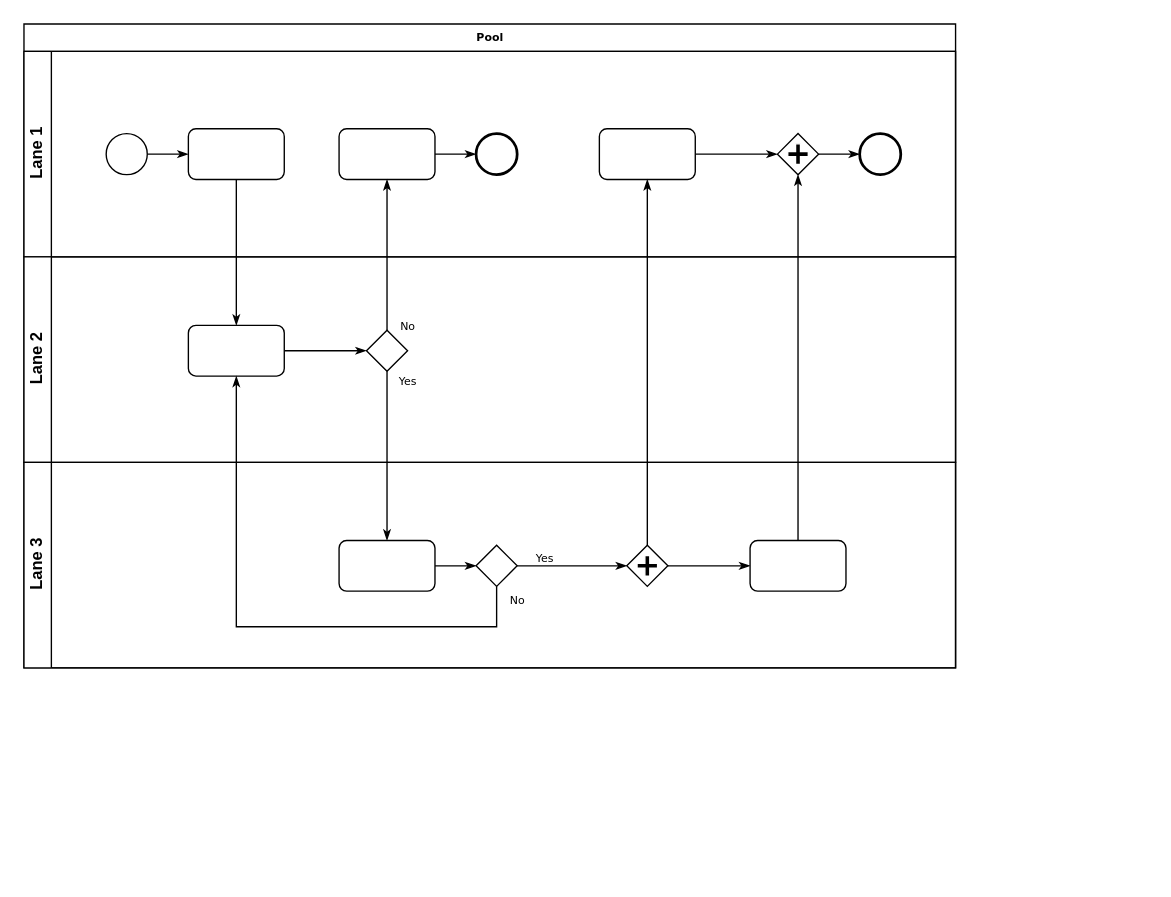
Before: diag_manager/Untitled Diagram.drawio in NOAA-GFDL/FMS, a draw.io diagram. Source tidied: cells renumbered, new cells numbered last; positions are measured from the earlier drawing's top-left corner, leaving out a move shared by most shapes. Both pictures are drawn from the tidied source at 137%, with x=0, y=0 at pixel (23, 23).
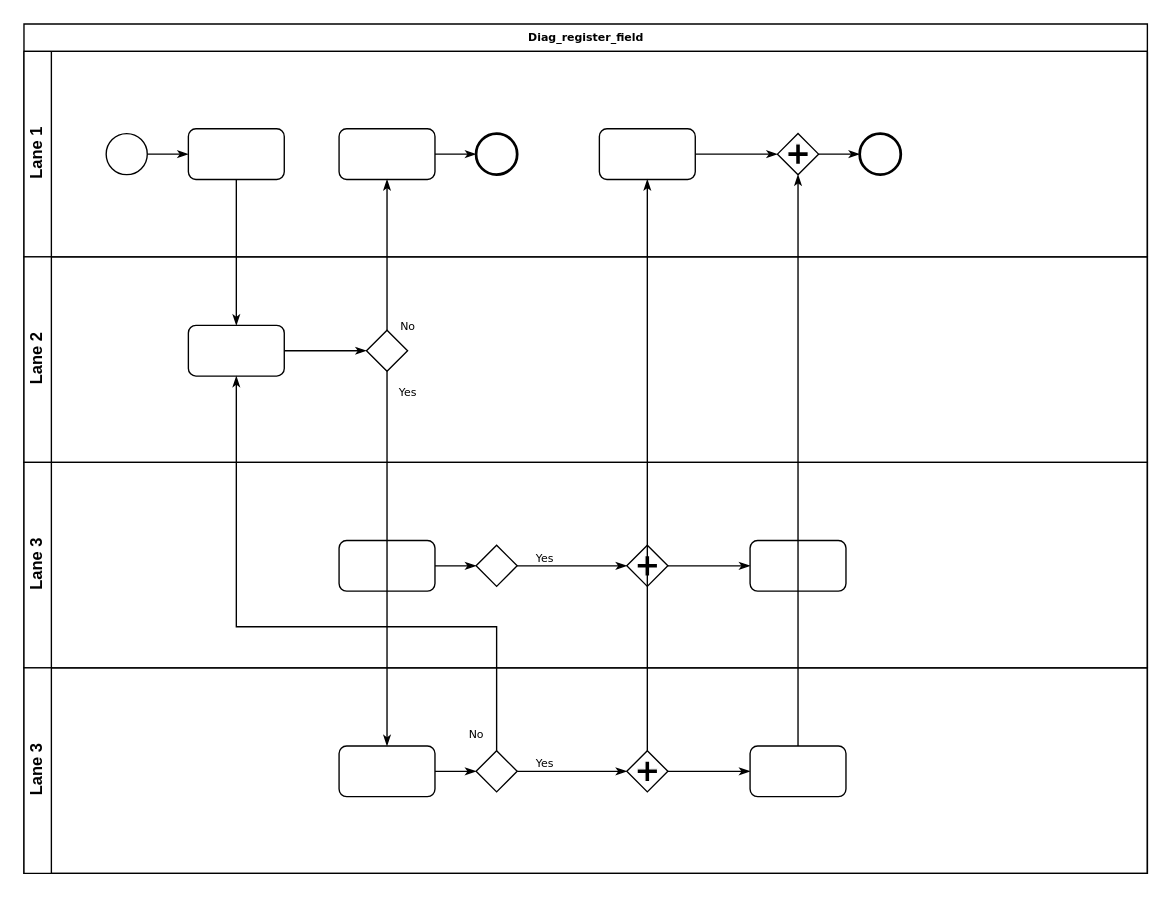
The same page after the edit.

Commit message:
register_diag_field

What changed in the source:
```diff
@@
-    <mxCell id="2" value="Pool" style="swimlane;html=1;horizontal=1;startSize=20;rounded=0;shadow=0;labelBackgroundColor=none;strokeWidth=1;fontFamily=Verdana;fontSize=8;align=center;" parent="1" vertex="1">
-      <mxGeometry width="680" height="470" as="geometry" />
+    <mxCell id="2" value="Diag_register_field" style="swimlane;html=1;horizontal=1;startSize=20;rounded=0;shadow=0;labelBackgroundColor=none;strokeWidth=1;fontFamily=Verdana;fontSize=8;align=center;" parent="1" vertex="1">
+      <mxGeometry width="820" height="620" as="geometry" />
     </mxCell>
     <mxCell id="3" value="Lane 1" style="swimlane;html=1;startSize=20;horizontal=0;" parent="2" vertex="1">
-      <mxGeometry y="20" width="680" height="150" as="geometry" />
+      <mxGeometry y="20" width="820" height="150" as="geometry" />
     </mxCell>
@@
     <mxCell id="15" value="Lane 2" style="swimlane;html=1;startSize=20;horizontal=0;" parent="2" vertex="1">
-      <mxGeometry y="170" width="680" height="150" as="geometry" />
+      <mxGeometry y="170" width="820" height="150" as="geometry" />
     </mxCell>
@@
+    <mxCell id="33" value="Lane 3" style="swimlane;html=1;startSize=20;horizontal=0;" parent="2" vertex="1">
+      <mxGeometry y="320" width="820" height="150" as="geometry" />
+    </mxCell>
+    <mxCell id="34" style="edgeStyle=orthogonalEdgeStyle;rounded=0;html=1;labelBackgroundColor=none;startArrow=none;startFill=0;startSize=5;endArrow=classicThin;endFill=1;endSize=5;jettySize=auto;strokeWidth=1;fontFamily=Verdana;fontSize=8;" parent="33" edge="1" source="35" target="37">
+      <mxGeometry relative="1" as="geometry" />
+    </mxCell>
+    <mxCell id="35" style="rounded=1;whiteSpace=wrap;html=1;shadow=0;labelBackgroundColor=none;strokeWidth=1;fontFamily=Verdana;fontSize=8;align=center;" parent="33" vertex="1">
+      <mxGeometry x="230" y="57" width="70" height="37" as="geometry" />
+    </mxCell>
+    <mxCell id="36" value="Yes" style="edgeStyle=orthogonalEdgeStyle;rounded=0;html=1;entryX=0;entryY=0.5;labelBackgroundColor=none;startArrow=none;startFill=0;startSize=5;endArrow=classicThin;endFill=1;endSize=5;jettySize=auto;strokeWidth=1;fontFamily=Verdana;fontSize=8;" parent="33" edge="1" source="37" target="39">
+      <mxGeometry x="-0.5" y="6" relative="1" as="geometry" />
+    </mxCell>
+    <mxCell id="37" style="strokeWidth=1;html=1;shape=mxgraph.flowchart.decision;whiteSpace=wrap;rounded=1;shadow=0;labelBackgroundColor=none;fontFamily=Verdana;fontSize=8;align=center;" parent="33" vertex="1">
+      <mxGeometry x="330" y="60.5" width="30" height="30" as="geometry" />
+    </mxCell>
+    <mxCell id="38" style="edgeStyle=orthogonalEdgeStyle;rounded=0;html=1;labelBackgroundColor=none;startArrow=none;startFill=0;startSize=5;endArrow=classicThin;endFill=1;endSize=5;jettySize=auto;strokeColor=#000000;strokeWidth=1;fontFamily=Verdana;fontSize=8;fontColor=#000000;" parent="33" edge="1" source="39" target="40">
+      <mxGeometry relative="1" as="geometry" />
+    </mxCell>
+    <mxCell id="39" style="shape=mxgraph.bpmn.shape;html=1;verticalLabelPosition=bottom;labelBackgroundColor=#ffffff;verticalAlign=top;perimeter=rhombusPerimeter;background=gateway;outline=none;symbol=parallelGw;rounded=1;shadow=0;strokeWidth=1;fontFamily=Verdana;fontSize=8;align=center;" parent="33" vertex="1">
+      <mxGeometry x="440" y="60.5" width="30" height="30" as="geometry" />
+    </mxCell>
+    <mxCell id="40" style="rounded=1;whiteSpace=wrap;html=1;shadow=0;labelBackgroundColor=none;strokeWidth=1;fontFamily=Verdana;fontSize=8;align=center;" parent="33" vertex="1">
+      <mxGeometry x="530" y="57" width="70" height="37" as="geometry" />
+    </mxCell>
     <mxCell id="19" value="Lane 3" style="swimlane;html=1;startSize=20;horizontal=0;" parent="2" vertex="1">
-      <mxGeometry y="320" width="680" height="150" as="geometry" />
+      <mxGeometry y="470" width="820" height="150" as="geometry" />
     </mxCell>
```
